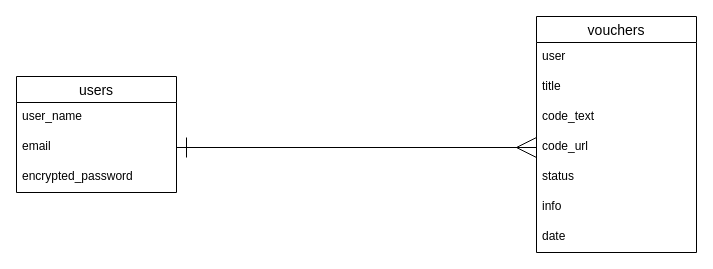
Earlier version of the draw.io diagram OTOQS_ER.dio (DaiC-S/otoqs). Source tidied: cells renumbered, new cells numbered last; positions are measured from the earlier drawing's top-left corner, leaving out a move shared by most shapes. Both pictures are drawn from the tidied source at 100%, with x=0, y=0 at pixel (16, 16).
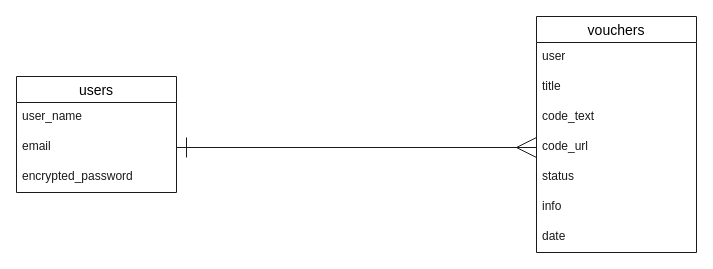
Above is the later version.

What changed in the source:
```diff
@@
-<mxGraphModel>
+<mxGraphModel background="#ffffff">
   <root>
     <mxCell id="0" />
     <mxCell id="1" parent="0" />
-    <mxCell id="2" value="users" style="swimlane;fontStyle=0;horizontal=1;startSize=26;align=center;fontSize=14;" parent="1" vertex="1">
+    <mxCell id="2" value="users" style="swimlane;fontStyle=0;horizontal=1;startSize=26;align=center;fontSize=14;strokeColor=#1A1A1A;" parent="1" vertex="1">
       <mxGeometry y="60" width="160" height="116" as="geometry" />
     </mxCell>
-    <mxCell id="3" value="user_name" style="text;strokeColor=none;fillColor=none;spacingLeft=4;spacingRight=4;overflow=hidden;fontSize=12;" parent="2" vertex="1">
+    <mxCell id="3" value="user_name" style="text;strokeColor=none;fillColor=none;spacingLeft=4;spacingRight=4;overflow=hidden;fontSize=12;fontColor=#1A1A1A;" parent="2" vertex="1">
       <mxGeometry y="26" width="160" height="30" as="geometry" />
     </mxCell>
-    <mxCell id="4" value="email" style="text;strokeColor=none;fillColor=none;spacingLeft=4;spacingRight=4;overflow=hidden;fontSize=12;" parent="2" vertex="1">
+    <mxCell id="4" value="email" style="text;strokeColor=none;fillColor=none;spacingLeft=4;spacingRight=4;overflow=hidden;fontSize=12;labelBackgroundColor=none;fontColor=#1A1A1A;" parent="2" vertex="1">
       <mxGeometry y="56" width="160" height="30" as="geometry" />
     </mxCell>
-    <mxCell id="5" value="encrypted_password" style="text;strokeColor=none;fillColor=none;spacingLeft=4;spacingRight=4;overflow=hidden;fontSize=12;" parent="2" vertex="1">
+    <mxCell id="5" value="encrypted_password" style="text;strokeColor=none;fillColor=none;spacingLeft=4;spacingRight=4;overflow=hidden;fontSize=12;fontColor=#1A1A1A;" parent="2" vertex="1">
       <mxGeometry y="86" width="160" height="30" as="geometry" />
     </mxCell>
-    <mxCell id="6" value="vouchers" style="swimlane;fontStyle=0;horizontal=1;startSize=26;align=center;fontSize=14;" parent="1" vertex="1">
+    <mxCell id="6" value="vouchers" style="swimlane;fontStyle=0;horizontal=1;startSize=26;align=center;fontSize=14;strokeColor=#1A1A1A;" parent="1" vertex="1">
       <mxGeometry x="520" width="160" height="236" as="geometry" />
     </mxCell>
-    <mxCell id="7" value="user" style="text;strokeColor=none;fillColor=none;spacingLeft=4;spacingRight=4;overflow=hidden;fontSize=12;" parent="6" vertex="1">
+    <mxCell id="7" value="user" style="text;strokeColor=none;fillColor=none;spacingLeft=4;spacingRight=4;overflow=hidden;fontSize=12;fontColor=#1A1A1A;" parent="6" vertex="1">
       <mxGeometry y="26" width="160" height="30" as="geometry" />
     </mxCell>
-    <mxCell id="8" value="title" style="text;strokeColor=none;fillColor=none;spacingLeft=4;spacingRight=4;overflow=hidden;fontSize=12;" parent="6" vertex="1">
+    <mxCell id="8" value="title" style="text;strokeColor=none;fillColor=none;spacingLeft=4;spacingRight=4;overflow=hidden;fontSize=12;fontColor=#1A1A1A;" parent="6" vertex="1">
       <mxGeometry y="56" width="160" height="30" as="geometry" />
     </mxCell>
-    <mxCell id="9" value="code_text" style="text;strokeColor=none;fillColor=none;spacingLeft=4;spacingRight=4;overflow=hidden;fontSize=12;" parent="6" vertex="1">
+    <mxCell id="9" value="code_text" style="text;strokeColor=none;fillColor=none;spacingLeft=4;spacingRight=4;overflow=hidden;fontSize=12;fontColor=#1A1A1A;" parent="6" vertex="1">
       <mxGeometry y="86" width="160" height="30" as="geometry" />
     </mxCell>
-    <mxCell id="10" value="code_url" style="text;strokeColor=none;fillColor=none;spacingLeft=4;spacingRight=4;overflow=hidden;points=[[0,0.5],[1,0.5]];portConstraint=eastwest;fontSize=12;" parent="6" vertex="1">
+    <mxCell id="10" value="code_url" style="text;strokeColor=none;fillColor=none;spacingLeft=4;spacingRight=4;overflow=hidden;points=[[0,0.5],[1,0.5]];portConstraint=eastwest;fontSize=12;fontColor=#1A1A1A;" parent="6" vertex="1">
       <mxGeometry y="116" width="160" height="30" as="geometry" />
     </mxCell>
-    <mxCell id="11" value="status" style="text;strokeColor=none;fillColor=none;spacingLeft=4;spacingRight=4;overflow=hidden;fontSize=12;" parent="6" vertex="1">
+    <mxCell id="11" value="status" style="text;strokeColor=none;fillColor=none;spacingLeft=4;spacingRight=4;overflow=hidden;fontSize=12;fontColor=#1A1A1A;" parent="6" vertex="1">
       <mxGeometry y="146" width="160" height="30" as="geometry" />
     </mxCell>
-    <mxCell id="12" value="info" style="text;strokeColor=none;fillColor=none;spacingLeft=4;spacingRight=4;overflow=hidden;fontSize=12;" parent="6" vertex="1">
+    <mxCell id="12" value="info" style="text;strokeColor=none;fillColor=none;spacingLeft=4;spacingRight=4;overflow=hidden;fontSize=12;fontColor=#1A1A1A;" parent="6" vertex="1">
       <mxGeometry y="176" width="160" height="30" as="geometry" />
     </mxCell>
-    <mxCell id="13" value="date" style="text;strokeColor=none;fillColor=none;spacingLeft=4;spacingRight=4;overflow=hidden;fontSize=12;" parent="6" vertex="1">
+    <mxCell id="13" value="date" style="text;strokeColor=none;fillColor=none;spacingLeft=4;spacingRight=4;overflow=hidden;fontSize=12;fontColor=#1A1A1A;" parent="6" vertex="1">
       <mxGeometry y="206" width="160" height="30" as="geometry" />
     </mxCell>
-    <mxCell id="14" style="edgeStyle=none;html=1;startArrow=ERmany;startFill=0;endArrow=ERone;endFill=0;strokeWidth=1;startSize=18;endSize=18;exitX=0;exitY=0.5;exitDx=0;exitDy=0;" parent="1" edge="1" source="10">
+    <mxCell id="14" style="edgeStyle=none;html=1;startArrow=ERmany;startFill=0;endArrow=ERone;endFill=0;strokeWidth=1;startSize=18;endSize=18;exitX=0;exitY=0.5;exitDx=0;exitDy=0;strokeColor=#1A1A1A;" parent="1" edge="1" source="10">
       <mxGeometry relative="1" as="geometry">
         <mxPoint x="160" y="131" as="targetPoint" />
       </mxGeometry>
     </mxCell>
   </root>
 </mxGraphModel>
```
